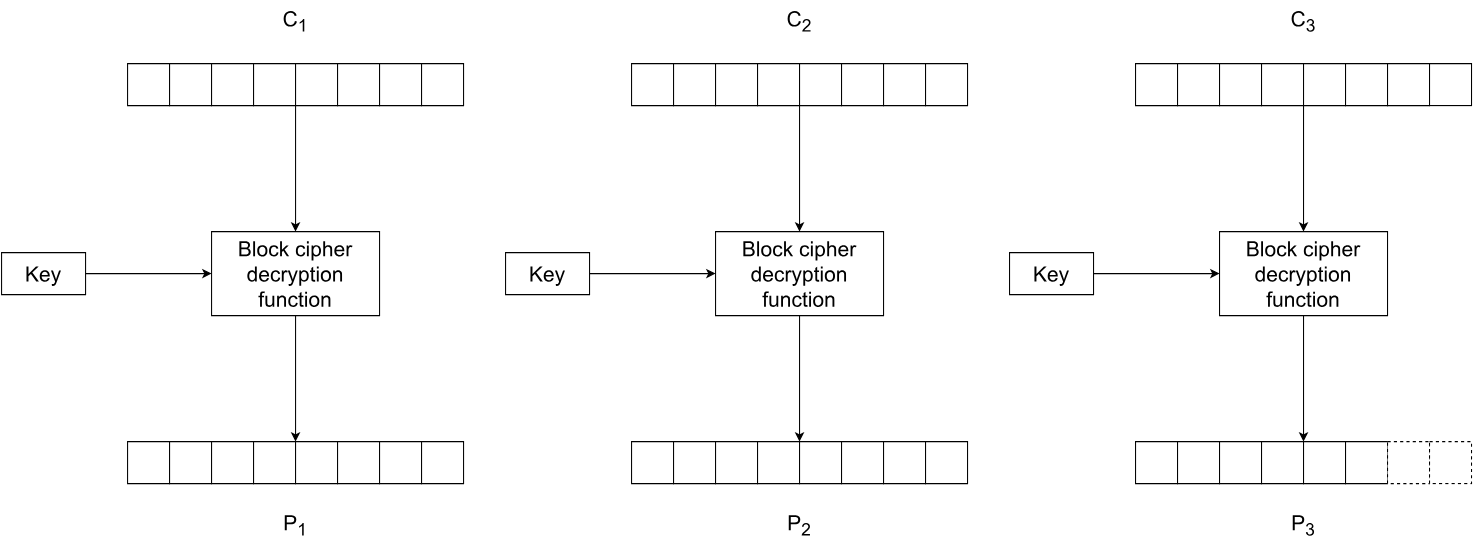
Before: Kaaviot/ECB-2.svg, a diagram exported from draw.io (hcropsu/tutkimusseminaari). Source tidied: cells renumbered, new cells last; positions are measured from the earlier drawing's top-left corner, leaving out a move shared by most shapes.
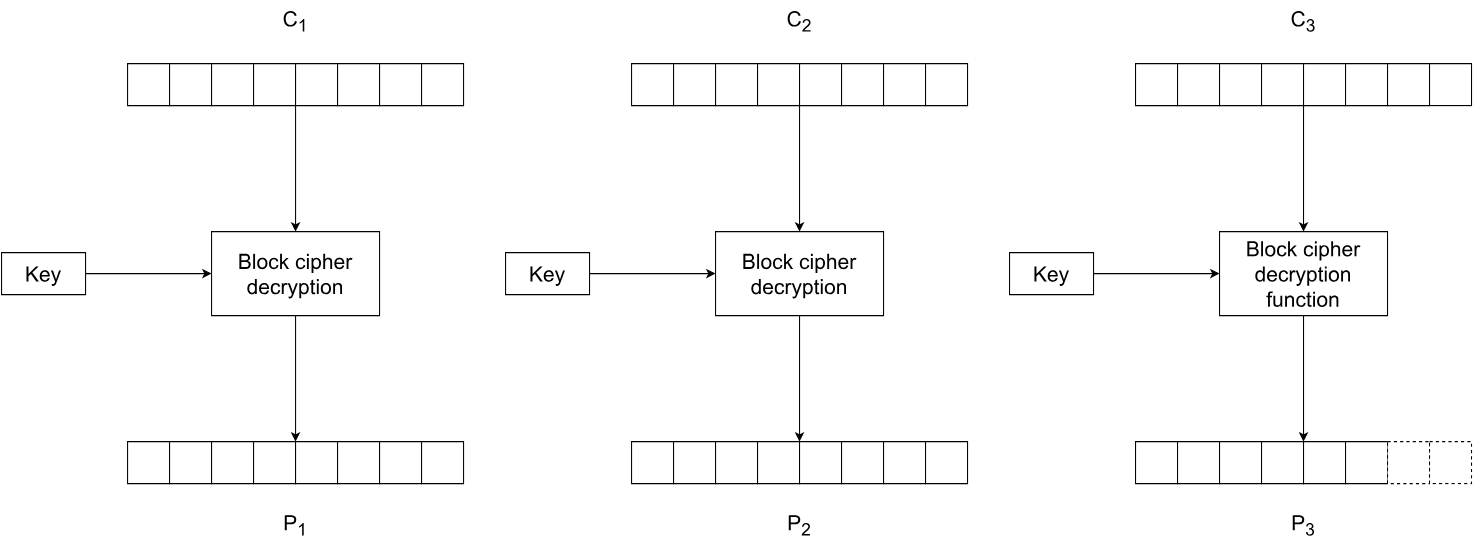
The same file after the commit.

Change to the diagram source:
```diff
@@ -50,7 +50,7 @@
     <mxCell id="17" style="rounded=0;whiteSpace=wrap;html=1;rotation=0;" parent="1" vertex="1">
       <mxGeometry x="400" y="420" width="40" height="40" as="geometry" />
     </mxCell>
-    <mxCell id="18" value="Block cipher decryption function" style="rounded=0;whiteSpace=wrap;html=1;fontSize=20;" parent="1" vertex="1">
+    <mxCell id="18" value="Block cipher decryption" style="rounded=0;whiteSpace=wrap;html=1;fontSize=20;" parent="1" vertex="1">
       <mxGeometry x="200" y="220" width="160" height="80" as="geometry" />
     </mxCell>
     <mxCell id="19" value="C&lt;sub&gt;1&lt;/sub&gt;" style="text;html=1;strokeColor=none;fillColor=none;align=center;verticalAlign=middle;whiteSpace=wrap;rounded=0;fontSize=20;" parent="1" vertex="1">
@@ -119,7 +119,7 @@
     <mxCell id="40" style="rounded=0;whiteSpace=wrap;html=1;rotation=0;" parent="1" vertex="1">
       <mxGeometry x="880" y="420" width="40" height="40" as="geometry" />
     </mxCell>
-    <mxCell id="41" value="Block cipher decryption function" style="rounded=0;whiteSpace=wrap;html=1;fontSize=20;" parent="1" vertex="1">
+    <mxCell id="41" value="Block cipher decryption" style="rounded=0;whiteSpace=wrap;html=1;fontSize=20;" parent="1" vertex="1">
       <mxGeometry x="680" y="220" width="160" height="80" as="geometry" />
     </mxCell>
     <mxCell id="42" value="C&lt;sub&gt;2&lt;/sub&gt;" style="text;html=1;strokeColor=none;fillColor=none;align=center;verticalAlign=middle;whiteSpace=wrap;rounded=0;fontSize=20;" parent="1" vertex="1">
```
